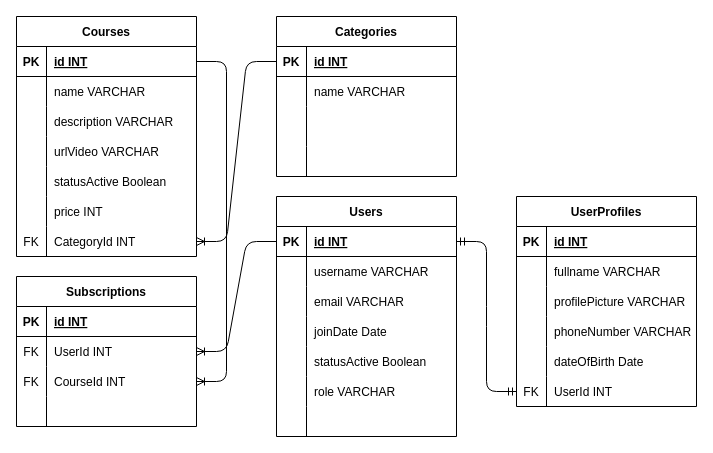
The draw.io diagram ERD/schema.dio in artharestu/brogrammer-elearning, before the edit. Source tidied: cells renumbered, new cells numbered last; positions are measured from the earlier drawing's top-left corner, leaving out a move shared by most shapes. Both pictures are drawn from the tidied source at 100%, with x=0, y=0 at pixel (16, 16).
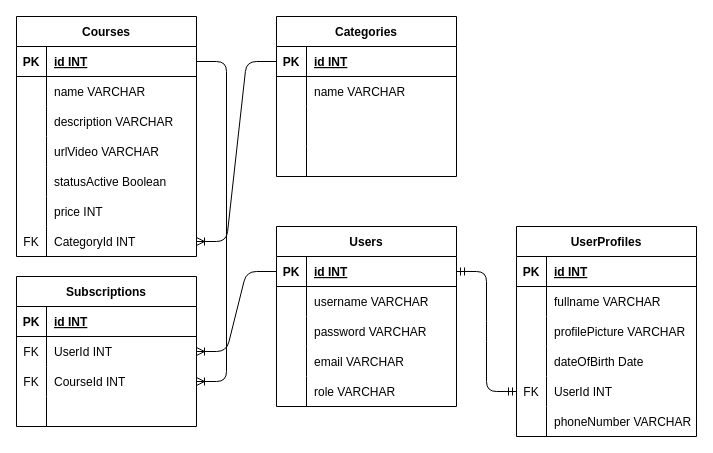
Above is the later version.

What changed in the source:
```diff
@@
     <mxCell id="38" value="Users" style="shape=table;startSize=30;childLayout=tableLayout;rowLines=0;fontStyle=1;align=center;" parent="1" vertex="1">
-      <mxGeometry x="260" y="180" width="180" height="240" as="geometry" />
+      <mxGeometry x="260" y="210" width="180" height="180" as="geometry" />
     </mxCell>
@@
+    <mxCell id="95" style="shape=tableRow;horizontal=0;startSize=0;swimlaneHead=0;swimlaneBody=0;fillColor=none;top=0;left=0;right=0;bottom=0;" parent="38" vertex="1">
+      <mxGeometry y="90" width="180" height="30" as="geometry" />
+    </mxCell>
+    <mxCell id="96" style="shape=partialRectangle;fillColor=none;top=0;left=0;bottom=0;right=0;overflow=hidden;" parent="95" vertex="1">
+      <mxGeometry width="30" height="30" as="geometry" />
+    </mxCell>
+    <mxCell id="97" value="password VARCHAR" style="shape=partialRectangle;fillColor=none;top=0;left=0;bottom=0;right=0;align=left;spacingLeft=6;overflow=hidden;" parent="95" vertex="1">
+      <mxGeometry x="30" width="150" height="30" as="geometry" />
+    </mxCell>
     <mxCell id="45" style="shape=tableRow;horizontal=0;startSize=0;swimlaneHead=0;swimlaneBody=0;fillColor=none;top=0;left=0;right=0;bottom=0;" parent="38" vertex="1">
-      <mxGeometry y="90" width="180" height="30" as="geometry" />
+      <mxGeometry y="120" width="180" height="30" as="geometry" />
     </mxCell>
@@
-    <mxCell id="48" style="shape=tableRow;horizontal=0;startSize=0;swimlaneHead=0;swimlaneBody=0;fillColor=none;top=0;left=0;right=0;bottom=0;" parent="38" vertex="1">
-      <mxGeometry y="120" width="180" height="30" as="geometry" />
-    </mxCell>
-    <mxCell id="49" style="shape=partialRectangle;fillColor=none;top=0;left=0;bottom=0;right=0;overflow=hidden;" parent="48" vertex="1">
-      <mxGeometry width="30" height="30" as="geometry" />
-    </mxCell>
-    <mxCell id="50" value="joinDate Date" style="shape=partialRectangle;fillColor=none;top=0;left=0;bottom=0;right=0;align=left;spacingLeft=6;overflow=hidden;" parent="48" vertex="1">
-      <mxGeometry x="30" width="150" height="30" as="geometry" />
-    </mxCell>
-    <mxCell id="51" style="shape=tableRow;horizontal=0;startSize=0;swimlaneHead=0;swimlaneBody=0;fillColor=none;top=0;left=0;right=0;bottom=0;" parent="38" vertex="1">
-      <mxGeometry y="150" width="180" height="30" as="geometry" />
-    </mxCell>
-    <mxCell id="52" style="shape=partialRectangle;fillColor=none;top=0;left=0;bottom=0;right=0;overflow=hidden;" parent="51" vertex="1">
-      <mxGeometry width="30" height="30" as="geometry" />
-    </mxCell>
-    <mxCell id="53" value="statusActive Boolean" style="shape=partialRectangle;fillColor=none;top=0;left=0;bottom=0;right=0;align=left;spacingLeft=6;overflow=hidden;" parent="51" vertex="1">
-      <mxGeometry x="30" width="150" height="30" as="geometry" />
-    </mxCell>
     <mxCell id="54" style="shape=tableRow;horizontal=0;startSize=0;swimlaneHead=0;swimlaneBody=0;fillColor=none;top=0;left=0;right=0;bottom=0;" parent="38" vertex="1">
-      <mxGeometry y="180" width="180" height="30" as="geometry" />
+      <mxGeometry y="150" width="180" height="30" as="geometry" />
     </mxCell>
@@
-    <mxCell id="57" style="shape=tableRow;horizontal=0;startSize=0;swimlaneHead=0;swimlaneBody=0;fillColor=none;top=0;left=0;right=0;bottom=0;" parent="38" vertex="1">
-      <mxGeometry y="210" width="180" height="30" as="geometry" />
-    </mxCell>
-    <mxCell id="58" style="shape=partialRectangle;fillColor=none;top=0;left=0;bottom=0;right=0;overflow=hidden;" parent="57" vertex="1">
-      <mxGeometry width="30" height="30" as="geometry" />
-    </mxCell>
-    <mxCell id="59" style="shape=partialRectangle;fillColor=none;top=0;left=0;bottom=0;right=0;align=left;spacingLeft=6;overflow=hidden;" parent="57" vertex="1">
-      <mxGeometry x="30" width="150" height="30" as="geometry" />
-    </mxCell>
@@
     <mxCell id="73" value="UserProfiles" style="shape=table;startSize=30;childLayout=tableLayout;rowLines=0;fontStyle=1;align=center;" parent="1" vertex="1">
-      <mxGeometry x="500" y="180" width="180" height="210" as="geometry" />
+      <mxGeometry x="500" y="210" width="180" height="210" as="geometry" />
     </mxCell>
@@
-    <mxCell id="83" style="shape=tableRow;horizontal=0;startSize=0;swimlaneHead=0;swimlaneBody=0;fillColor=none;top=0;left=0;right=0;bottom=0;" parent="73" vertex="1">
-      <mxGeometry y="120" width="180" height="30" as="geometry" />
-    </mxCell>
-    <mxCell id="84" style="shape=partialRectangle;fillColor=none;top=0;left=0;bottom=0;right=0;overflow=hidden;" parent="83" vertex="1">
-      <mxGeometry width="30" height="30" as="geometry" />
-    </mxCell>
-    <mxCell id="85" value="phoneNumber VARCHAR" style="shape=partialRectangle;fillColor=none;top=0;left=0;bottom=0;right=0;align=left;spacingLeft=6;overflow=hidden;" parent="83" vertex="1">
-      <mxGeometry x="30" width="150" height="30" as="geometry" />
-    </mxCell>
     <mxCell id="86" style="shape=tableRow;horizontal=0;startSize=0;swimlaneHead=0;swimlaneBody=0;fillColor=none;top=0;left=0;right=0;bottom=0;" parent="73" vertex="1">
-      <mxGeometry y="150" width="180" height="30" as="geometry" />
+      <mxGeometry y="120" width="180" height="30" as="geometry" />
     </mxCell>
@@
     <mxCell id="89" style="shape=tableRow;horizontal=0;startSize=0;swimlaneHead=0;swimlaneBody=0;fillColor=none;points=[[0,0.5],[1,0.5]];portConstraint=eastwest;top=0;left=0;right=0;bottom=0;" parent="73" vertex="1">
-      <mxGeometry y="180" width="180" height="30" as="geometry" />
+      <mxGeometry y="150" width="180" height="30" as="geometry" />
     </mxCell>
@@
+    <mxCell id="98" style="shape=tableRow;horizontal=0;startSize=0;swimlaneHead=0;swimlaneBody=0;fillColor=none;top=0;left=0;right=0;bottom=0;" parent="73" vertex="1">
+      <mxGeometry y="180" width="180" height="30" as="geometry" />
+    </mxCell>
+    <mxCell id="99" style="shape=partialRectangle;fillColor=none;top=0;left=0;bottom=0;right=0;overflow=hidden;" parent="98" vertex="1">
+      <mxGeometry width="30" height="30" as="geometry" />
+    </mxCell>
+    <mxCell id="85" value="phoneNumber VARCHAR" style="shape=partialRectangle;fillColor=none;top=0;left=0;bottom=0;right=0;align=left;spacingLeft=6;overflow=hidden;" parent="98" vertex="1">
+      <mxGeometry x="30" width="150" height="30" as="geometry" />
+    </mxCell>
```
